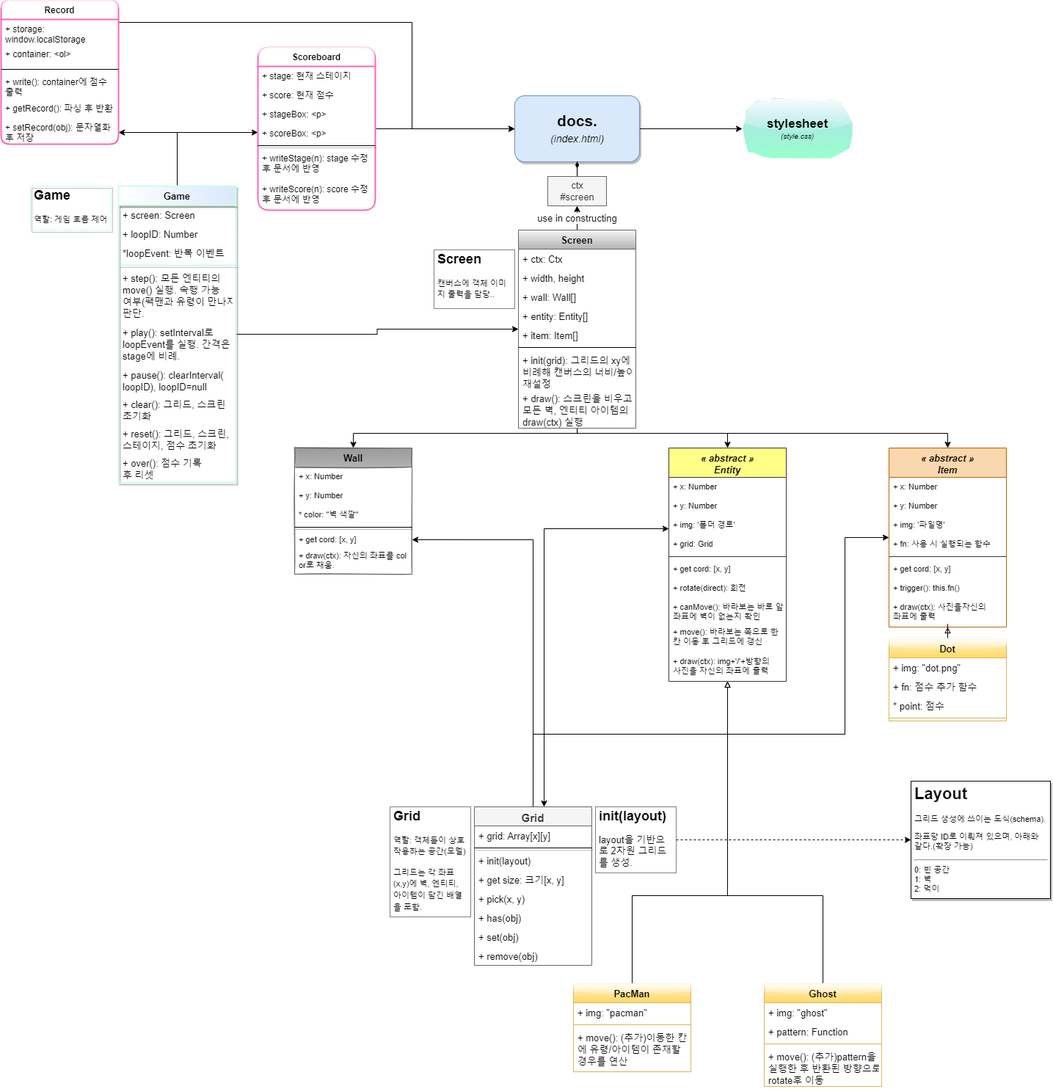
The draw.io diagram docs/architecture.png in EulogiaKoine/ai-class-project-, before a commit. Source tidied: cells renumbered, new cells last; positions are measured from the earlier drawing's top-left corner, leaving out a move shared by most shapes.
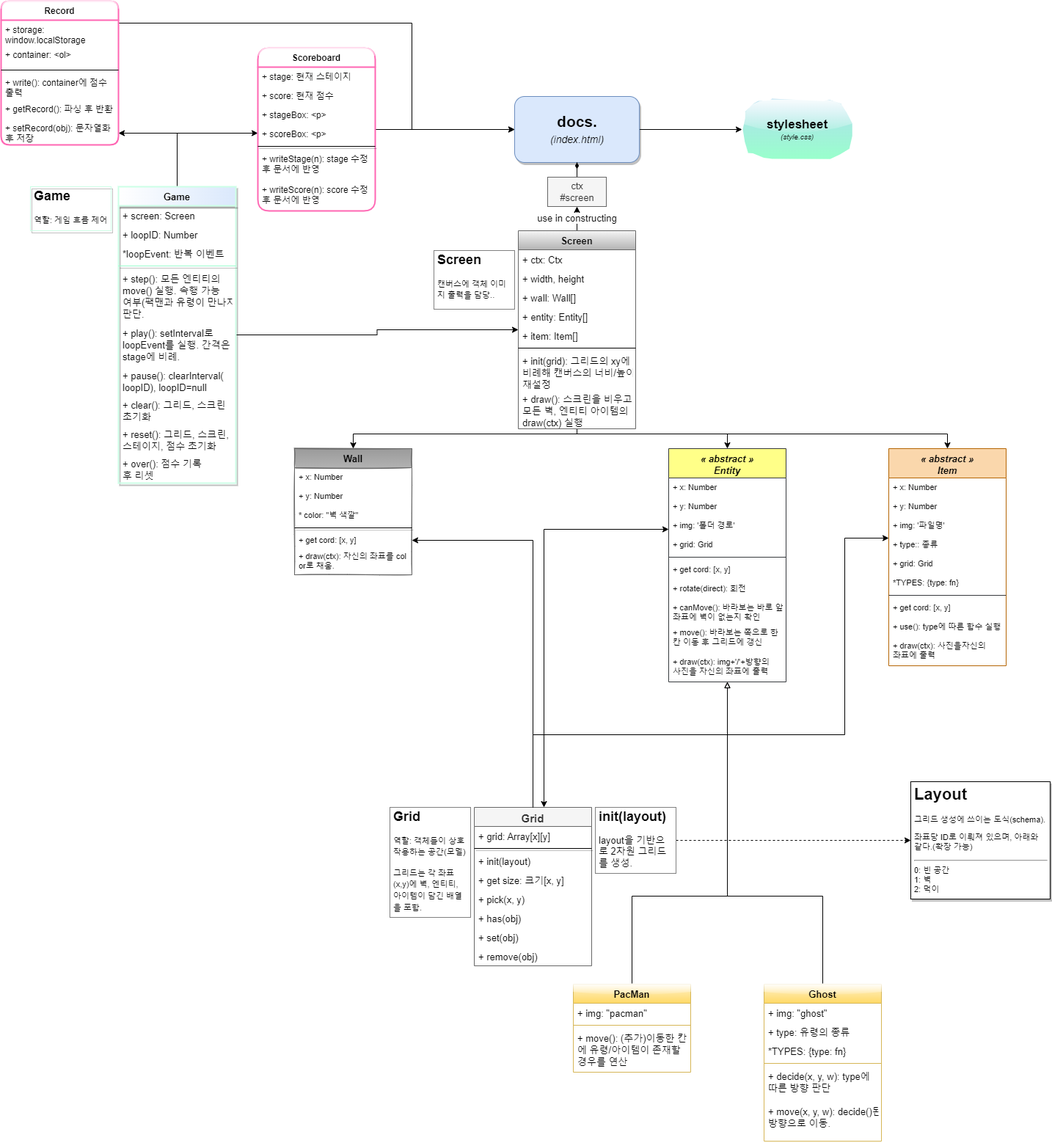
Later version of the same file.

What changed in the source:
```diff
@@ -208,19 +208,25 @@
       </mxGeometry>
     </mxCell>
     <mxCell id="60" value="Ghost" style="swimlane;fontStyle=1;align=center;verticalAlign=top;horizontal=1;startSize=26;rounded=0;shadow=0;glass=1;sketch=0;fontSize=13;strokeColor=#d6b656;strokeWidth=1;fillColor=#fff2cc;gradientColor=#ffd966;" parent="1" vertex="1">
-      <mxGeometry x="1040" y="1340" width="160" height="140" as="geometry" />
+      <mxGeometry x="1040" y="1340" width="160" height="214" as="geometry" />
     </mxCell>
     <mxCell id="61" value="+ img: &quot;ghost&quot;" style="text;strokeColor=none;fillColor=none;align=left;verticalAlign=top;spacingLeft=4;spacingRight=4;overflow=hidden;rounded=0;shadow=0;glass=0;sketch=0;fontSize=13;" parent="60" vertex="1">
       <mxGeometry y="26" width="160" height="26" as="geometry" />
     </mxCell>
-    <mxCell id="62" value="+ pattern: Function" style="text;strokeColor=none;fillColor=none;align=left;verticalAlign=top;spacingLeft=4;spacingRight=4;overflow=hidden;rounded=0;shadow=0;glass=0;sketch=0;fontSize=13;" parent="60" vertex="1">
+    <mxCell id="62" value="+ type: 유령의 종류" style="text;strokeColor=none;fillColor=none;align=left;verticalAlign=top;spacingLeft=4;spacingRight=4;overflow=hidden;rounded=0;shadow=0;glass=0;sketch=0;fontSize=13;" parent="60" vertex="1">
       <mxGeometry y="52" width="160" height="26" as="geometry" />
     </mxCell>
+    <mxCell id="113" value="*TYPES: {type: fn}" style="text;strokeColor=none;fillColor=none;align=left;verticalAlign=top;spacingLeft=4;spacingRight=4;overflow=hidden;rounded=0;shadow=0;glass=0;sketch=0;fontSize=13;" parent="60" vertex="1">
+      <mxGeometry y="78" width="160" height="26" as="geometry" />
+    </mxCell>
     <mxCell id="63" style="line;strokeWidth=1;fillColor=#fff2cc;align=left;verticalAlign=middle;spacingTop=-1;spacingLeft=3;spacingRight=3;labelPosition=right;rounded=0;shadow=0;glass=0;sketch=0;fontSize=13;gradientColor=#ffd966;strokeColor=#d6b656;" parent="60" vertex="1">
-      <mxGeometry y="78" width="160" height="8" as="geometry" />
+      <mxGeometry y="104" width="160" height="8" as="geometry" />
     </mxCell>
+    <mxCell id="114" value="+ decide(x, y, w): type에&#10;따른 방향 판단" style="text;strokeColor=none;fillColor=none;align=left;verticalAlign=top;spacingLeft=4;spacingRight=4;overflow=hidden;rounded=0;shadow=0;glass=0;sketch=0;fontSize=13;" parent="60" vertex="1">
+      <mxGeometry y="112" width="160" height="48" as="geometry" />
+    </mxCell>
-    <mxCell id="64" value="+ move(): (추가)pattern을&#10;실행한 후 반환된 방향으로&#10;rotate후 이동" style="text;strokeColor=none;fillColor=none;align=left;verticalAlign=top;spacingLeft=4;spacingRight=4;overflow=hidden;rounded=0;shadow=0;glass=0;sketch=0;fontSize=13;" parent="60" vertex="1">
-      <mxGeometry y="86" width="160" height="54" as="geometry" />
+    <mxCell id="64" value="+ move(x, y, w): decide()된&#10;방향으로 이동." style="text;strokeColor=none;fillColor=none;align=left;verticalAlign=top;spacingLeft=4;spacingRight=4;overflow=hidden;rounded=0;shadow=0;glass=0;sketch=0;fontSize=13;" parent="60" vertex="1">
+      <mxGeometry y="160" width="160" height="54" as="geometry" />
     </mxCell>
     <mxCell id="65" style="edgeStyle=orthogonalEdgeStyle;rounded=0;jettySize=auto;html=1;entryX=0.5;entryY=0;entryDx=0;entryDy=0;endArrow=none;endFill=0;startArrow=classic;startFill=1;" parent="1" edge="1" source="66" target="5">
       <mxGeometry relative="1" as="geometry">
@@ -232,7 +238,7 @@
       </mxGeometry>
     </mxCell>
     <mxCell id="66" value="« abstract »&#10;Item" style="swimlane;fontStyle=3;align=center;verticalAlign=top;horizontal=1;startSize=40;rounded=0;shadow=0;glass=0;sketch=0;fontSize=13;strokeColor=#b46504;strokeWidth=1;fillColor=#fad7ac;" parent="1" vertex="1">
-      <mxGeometry x="1210" y="610" width="160" height="244" as="geometry" />
+      <mxGeometry x="1210" y="610" width="160" height="296" as="geometry" />
     </mxCell>
     <mxCell id="67" value="+ x: Number" style="text;strokeColor=none;fillColor=none;align=left;verticalAlign=top;spacingLeft=4;spacingRight=4;overflow=hidden;rounded=0;shadow=0;glass=0;sketch=0;fontSize=11;" parent="66" vertex="1">
       <mxGeometry y="40" width="160" height="26" as="geometry" />
@@ -243,39 +249,27 @@
     <mxCell id="69" value="+ img: '파일명'" style="text;strokeColor=none;fillColor=none;align=left;verticalAlign=top;spacingLeft=4;spacingRight=4;overflow=hidden;rounded=0;shadow=0;glass=0;sketch=0;fontSize=11;" parent="66" vertex="1">
       <mxGeometry y="92" width="160" height="26" as="geometry" />
     </mxCell>
-    <mxCell id="70" value="+ fn: 사용 시 실행되는 함수" style="text;strokeColor=none;fillColor=none;align=left;verticalAlign=top;spacingLeft=4;spacingRight=4;overflow=hidden;rounded=0;shadow=0;glass=0;sketch=0;fontSize=11;" parent="66" vertex="1">
+    <mxCell id="70" value="+ type:: 종류" style="text;strokeColor=none;fillColor=none;align=left;verticalAlign=top;spacingLeft=4;spacingRight=4;overflow=hidden;rounded=0;shadow=0;glass=0;sketch=0;fontSize=11;" parent="66" vertex="1">
       <mxGeometry y="118" width="160" height="26" as="geometry" />
     </mxCell>
+    <mxCell id="115" value="+ grid: Grid" style="text;strokeColor=none;fillColor=none;align=left;verticalAlign=top;spacingLeft=4;spacingRight=4;overflow=hidden;rounded=0;shadow=0;glass=0;sketch=0;fontSize=11;" parent="66" vertex="1">
+      <mxGeometry y="144" width="160" height="26" as="geometry" />
+    </mxCell>
+    <mxCell id="116" value="*TYPES: {type: fn}" style="text;strokeColor=none;fillColor=none;align=left;verticalAlign=top;spacingLeft=4;spacingRight=4;overflow=hidden;rounded=0;shadow=0;glass=0;sketch=0;fontSize=11;" parent="66" vertex="1">
+      <mxGeometry y="170" width="160" height="26" as="geometry" />
+    </mxCell>
     <mxCell id="71" style="line;strokeWidth=1;fillColor=#ffff88;align=left;verticalAlign=middle;spacingTop=-1;spacingLeft=3;spacingRight=3;labelPosition=right;rounded=0;shadow=0;glass=0;sketch=0;fontSize=11;strokeColor=#36393d;" parent="66" vertex="1">
-      <mxGeometry y="144" width="160" height="8" as="geometry" />
+      <mxGeometry y="196" width="160" height="8" as="geometry" />
     </mxCell>
     <mxCell id="72" value="+ get cord: [x, y]" style="text;strokeColor=none;fillColor=none;align=left;verticalAlign=top;spacingLeft=4;spacingRight=4;overflow=hidden;rounded=0;shadow=0;glass=0;sketch=0;fontSize=11;" parent="66" vertex="1">
-      <mxGeometry y="152" width="160" height="26" as="geometry" />
+      <mxGeometry y="204" width="160" height="26" as="geometry" />
     </mxCell>
-    <mxCell id="73" value="+ trigger(): this.fn()" style="text;strokeColor=none;fillColor=none;align=left;verticalAlign=top;spacingLeft=4;spacingRight=4;overflow=hidden;rounded=0;shadow=0;glass=0;sketch=0;fontSize=11;" parent="66" vertex="1">
-      <mxGeometry y="178" width="160" height="26" as="geometry" />
+    <mxCell id="73" value="+ use(): type에 따른 함수 실행" style="text;strokeColor=none;fillColor=none;align=left;verticalAlign=top;spacingLeft=4;spacingRight=4;overflow=hidden;rounded=0;shadow=0;glass=0;sketch=0;fontSize=11;" parent="66" vertex="1">
+      <mxGeometry y="230" width="160" height="26" as="geometry" />
     </mxCell>
     <mxCell id="74" value="+ draw(ctx): 사진을자신의&#10;좌표에 출력" style="text;strokeColor=none;fillColor=none;align=left;verticalAlign=top;spacingLeft=4;spacingRight=4;overflow=hidden;rounded=0;shadow=0;glass=0;sketch=0;fontSize=11;" parent="66" vertex="1">
-      <mxGeometry y="204" width="160" height="40" as="geometry" />
+      <mxGeometry y="256" width="160" height="40" as="geometry" />
     </mxCell>
-    <mxCell id="75" style="edgeStyle=orthogonalEdgeStyle;rounded=0;jettySize=auto;html=1;endArrow=block;endFill=0;" parent="1" edge="1" source="76" target="66">
-      <mxGeometry relative="1" as="geometry" />
-    </mxCell>
-    <mxCell id="76" value="Dot" style="swimlane;fontStyle=1;align=center;verticalAlign=top;horizontal=1;startSize=26;rounded=0;shadow=0;glass=1;sketch=0;fontSize=13;strokeColor=#d6b656;strokeWidth=1;fillColor=#fff2cc;gradientColor=#ffd966;" parent="1" vertex="1">
-      <mxGeometry x="1210" y="870" width="160" height="112" as="geometry" />
-    </mxCell>
-    <mxCell id="77" value="+ img: &quot;dot.png&quot;" style="text;strokeColor=none;fillColor=none;align=left;verticalAlign=top;spacingLeft=4;spacingRight=4;overflow=hidden;rounded=0;shadow=0;glass=0;sketch=0;fontSize=13;" parent="76" vertex="1">
-      <mxGeometry y="26" width="160" height="26" as="geometry" />
-    </mxCell>
-    <mxCell id="78" value="+ fn: 점수 추가 함수" style="text;strokeColor=none;fillColor=none;align=left;verticalAlign=top;spacingLeft=4;spacingRight=4;overflow=hidden;rounded=0;shadow=0;glass=0;sketch=0;fontSize=13;" parent="76" vertex="1">
-      <mxGeometry y="52" width="160" height="26" as="geometry" />
-    </mxCell>
-    <mxCell id="79" value="* point: 점수" style="text;strokeColor=none;fillColor=none;align=left;verticalAlign=top;spacingLeft=4;spacingRight=4;overflow=hidden;rounded=0;shadow=0;glass=0;sketch=0;fontSize=13;" parent="76" vertex="1">
-      <mxGeometry y="78" width="160" height="26" as="geometry" />
-    </mxCell>
-    <mxCell id="80" style="line;strokeWidth=1;fillColor=#fff2cc;align=left;verticalAlign=middle;spacingTop=-1;spacingLeft=3;spacingRight=3;labelPosition=right;rounded=0;shadow=0;glass=0;sketch=0;fontSize=13;gradientColor=#ffd966;strokeColor=#d6b656;" parent="76" vertex="1">
-      <mxGeometry y="104" width="160" height="8" as="geometry" />
-    </mxCell>
     <mxCell id="81" style="edgeStyle=orthogonalEdgeStyle;rounded=0;jettySize=auto;html=1;endArrow=classic;endFill=1;" parent="1" edge="1" source="84" target="43">
       <mxGeometry relative="1" as="geometry" />
     </mxCell>
```
